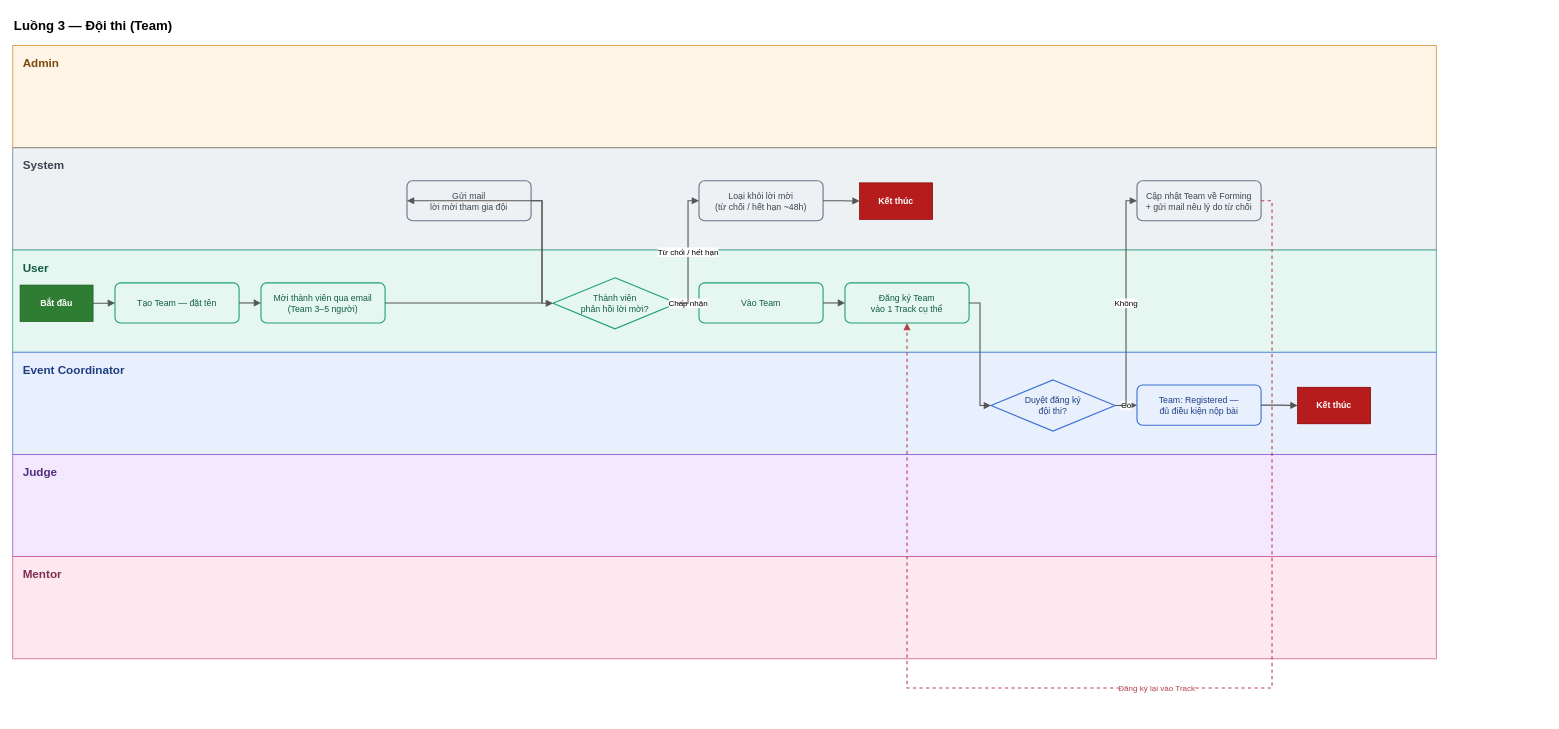
Above: docs/swimlane/SEAL_flow3_team.drawio in SU26-SWP-BL3W/SU26_SWP_BL3W_BE (draw.io), before the change. Source tidied: cells renumbered, new cells numbered last; positions are measured from the earlier drawing's top-left corner, leaving out a move shared by most shapes. Both pictures are drawn from the tidied source at 73%, with x=0, y=0 at pixel (12, 12).
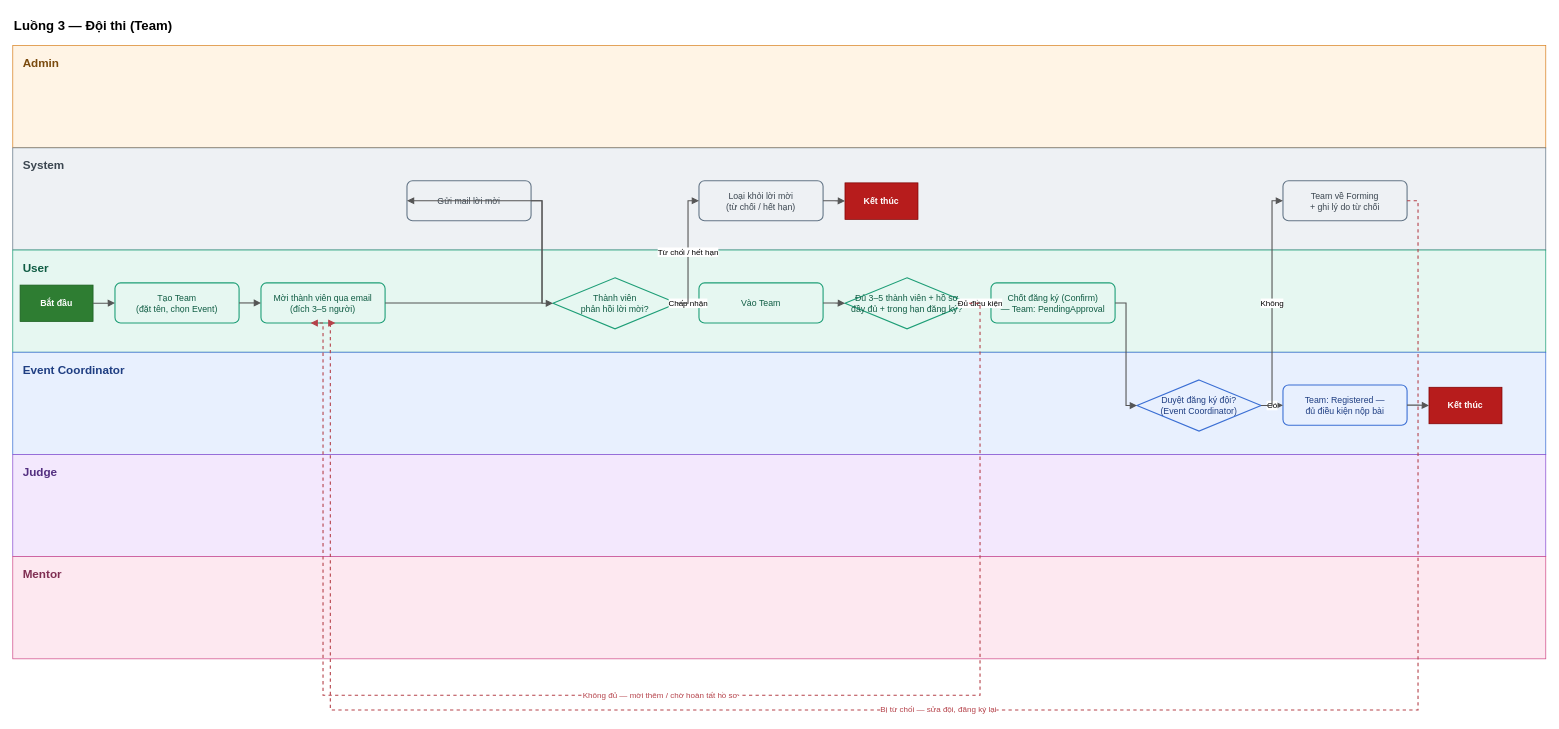
Above is the later version.

Commit message:
fix(flow3): sua sai nghiep vu - Team dang ky vao Event chu khong phai Track

Team.EventId ton tai, KHONG co TrackId - xac nhan qua CreateTeamRequestModel.cs.
Track chi gan luc nop bai (SubmitResult.TrackId), khong phai luc dang ky doi.
Bo sung buoc "Chot dang ky (Confirm)" con thieu (ConfirmTeamRegistrationCommandHandler:
yeu cau du 3-5 thanh vien + ho so day du + trong han dang ky, truoc khi cho EC duyet).

Diff of the diagram source:
```diff
@@
     <mxCell id="3" value="Admin" style="rounded=0;whiteSpace=wrap;html=1;fillColor=#FFF4E5;strokeColor=#D98324;fontColor=#7A4A0E;fontSize=16;fontStyle=1;align=left;verticalAlign=top;spacingLeft=12;spacingTop=8;" parent="1" vertex="1">
-      <mxGeometry y="45" width="1950" height="140" as="geometry" />
+      <mxGeometry y="45" width="2100" height="140" as="geometry" />
     </mxCell>
     <mxCell id="4" value="System" style="rounded=0;whiteSpace=wrap;html=1;fillColor=#EEF1F4;strokeColor=#647687;fontColor=#3B4650;fontSize=16;fontStyle=1;align=left;verticalAlign=top;spacingLeft=12;spacingTop=8;" parent="1" vertex="1">
-      <mxGeometry y="185" width="1950" height="140" as="geometry" />
+      <mxGeometry y="185" width="2100" height="140" as="geometry" />
     </mxCell>
     <mxCell id="5" value="User" style="rounded=0;whiteSpace=wrap;html=1;fillColor=#E6F7F1;strokeColor=#1E9E77;fontColor=#0F5C43;fontSize=16;fontStyle=1;align=left;verticalAlign=top;spacingLeft=12;spacingTop=8;" parent="1" vertex="1">
-      <mxGeometry y="325" width="1950" height="140" as="geometry" />
+      <mxGeometry y="325" width="2100" height="140" as="geometry" />
     </mxCell>
     <mxCell id="6" value="Event Coordinator" style="rounded=0;whiteSpace=wrap;html=1;fillColor=#E8F0FE;strokeColor=#3B6FD4;fontColor=#1F3E82;fontSize=16;fontStyle=1;align=left;verticalAlign=top;spacingLeft=12;spacingTop=8;" parent="1" vertex="1">
-      <mxGeometry y="465" width="1950" height="140" as="geometry" />
+      <mxGeometry y="465" width="2100" height="140" as="geometry" />
     </mxCell>
     <mxCell id="7" value="Judge" style="rounded=0;whiteSpace=wrap;html=1;fillColor=#F3E8FD;strokeColor=#8B4FD1;fontColor=#532F80;fontSize=16;fontStyle=1;align=left;verticalAlign=top;spacingLeft=12;spacingTop=8;" parent="1" vertex="1">
-      <mxGeometry y="605" width="1950" height="140" as="geometry" />
+      <mxGeometry y="605" width="2100" height="140" as="geometry" />
     </mxCell>
     <mxCell id="8" value="Mentor" style="rounded=0;whiteSpace=wrap;html=1;fillColor=#FDE8F0;strokeColor=#D14F8B;fontColor=#802F53;fontSize=16;fontStyle=1;align=left;verticalAlign=top;spacingLeft=12;spacingTop=8;" parent="1" vertex="1">
-      <mxGeometry y="745" width="1950" height="140" as="geometry" />
+      <mxGeometry y="745" width="2100" height="140" as="geometry" />
     </mxCell>
@@
-    <mxCell id="10" value="Tạo Team — đặt tên" style="rounded=1;whiteSpace=wrap;html=1;arcSize=14;fontSize=12;strokeWidth=1.5;fillColor=#E6F7F1;strokeColor=#1E9E77;fontColor=#0F5C43;" parent="1" vertex="1">
+    <mxCell id="10" value="Tạo Team&#10;(đặt tên, chọn Event)" style="rounded=1;whiteSpace=wrap;html=1;arcSize=14;fontSize=12;strokeWidth=1.5;fillColor=#E6F7F1;strokeColor=#1E9E77;fontColor=#0F5C43;" parent="1" vertex="1">
       <mxGeometry x="140" y="370" width="170" height="55" as="geometry" />
     </mxCell>
-    <mxCell id="11" value="Mời thành viên qua email&#10;(Team 3–5 người)" style="rounded=1;whiteSpace=wrap;html=1;arcSize=14;fontSize=12;strokeWidth=1.5;fillColor=#E6F7F1;strokeColor=#1E9E77;fontColor=#0F5C43;" parent="1" vertex="1">
+    <mxCell id="11" value="Mời thành viên qua email&#10;(đích 3–5 người)" style="rounded=1;whiteSpace=wrap;html=1;arcSize=14;fontSize=12;strokeWidth=1.5;fillColor=#E6F7F1;strokeColor=#1E9E77;fontColor=#0F5C43;" parent="1" vertex="1">
       <mxGeometry x="340" y="370" width="170" height="55" as="geometry" />
     </mxCell>
-    <mxCell id="12" value="Gửi mail&#10;lời mời tham gia đội" style="rounded=1;whiteSpace=wrap;html=1;arcSize=14;fontSize=12;strokeWidth=1.5;fillColor=#EEF1F4;strokeColor=#647687;fontColor=#3B4650;" parent="1" vertex="1">
+    <mxCell id="12" value="Gửi mail lời mời" style="rounded=1;whiteSpace=wrap;html=1;arcSize=14;fontSize=12;strokeWidth=1.5;fillColor=#EEF1F4;strokeColor=#647687;fontColor=#3B4650;" parent="1" vertex="1">
       <mxGeometry x="540" y="230" width="170" height="55" as="geometry" />
     </mxCell>
@@
-    <mxCell id="15" value="Loại khỏi lời mời&#10;(từ chối / hết hạn ~48h)" style="rounded=1;whiteSpace=wrap;html=1;arcSize=14;fontSize=12;strokeWidth=1.5;fillColor=#EEF1F4;strokeColor=#647687;fontColor=#3B4650;" parent="1" vertex="1">
+    <mxCell id="15" value="Loại khỏi lời mời&#10;(từ chối / hết hạn)" style="rounded=1;whiteSpace=wrap;html=1;arcSize=14;fontSize=12;strokeWidth=1.5;fillColor=#EEF1F4;strokeColor=#647687;fontColor=#3B4650;" parent="1" vertex="1">
       <mxGeometry x="940" y="230" width="170" height="55" as="geometry" />
     </mxCell>
+    <mxCell id="20" value="Kết thúc" style="terminator;whiteSpace=wrap;html=1;fontSize=12;fontStyle=1;fillColor=#B71C1C;strokeColor=#7F0000;fontColor=#ffffff;" parent="1" vertex="1">
+      <mxGeometry x="1140" y="233" width="100" height="50" as="geometry" />
+    </mxCell>
-    <mxCell id="16" value="Đăng ký Team&#10;vào 1 Track cụ thể" style="rounded=1;whiteSpace=wrap;html=1;arcSize=14;fontSize=12;strokeWidth=1.5;fillColor=#E6F7F1;strokeColor=#1E9E77;fontColor=#0F5C43;" parent="1" vertex="1">
-      <mxGeometry x="1140" y="370" width="170" height="55" as="geometry" />
+    <mxCell id="16" value="Đủ 3–5 thành viên + hồ sơ&#10;đầy đủ + trong hạn đăng ký?" style="rhombus;whiteSpace=wrap;html=1;fontSize=12;strokeWidth=1.5;fillColor=#E6F7F1;strokeColor=#1E9E77;fontColor=#0F5C43;" parent="1" vertex="1">
+      <mxGeometry x="1140" y="363" width="170" height="70" as="geometry" />
     </mxCell>
-    <mxCell id="17" value="Duyệt đăng ký&#10;đội thi?" style="rhombus;whiteSpace=wrap;html=1;fontSize=12;strokeWidth=1.5;fillColor=#E8F0FE;strokeColor=#3B6FD4;fontColor=#1F3E82;" parent="1" vertex="1">
-      <mxGeometry x="1340" y="503" width="170" height="70" as="geometry" />
+    <mxCell id="17" value="Chốt đăng ký (Confirm)&#10;— Team: PendingApproval" style="rounded=1;whiteSpace=wrap;html=1;arcSize=14;fontSize=12;strokeWidth=1.5;fillColor=#E6F7F1;strokeColor=#1E9E77;fontColor=#0F5C43;" parent="1" vertex="1">
+      <mxGeometry x="1340" y="370" width="170" height="55" as="geometry" />
     </mxCell>
+    <mxCell id="35" value="Duyệt đăng ký đội?&#10;(Event Coordinator)" style="rhombus;whiteSpace=wrap;html=1;fontSize=12;strokeWidth=1.5;fillColor=#E8F0FE;strokeColor=#3B6FD4;fontColor=#1F3E82;" parent="1" vertex="1">
+      <mxGeometry x="1540" y="503" width="170" height="70" as="geometry" />
+    </mxCell>
     <mxCell id="18" value="Team: Registered —&#10;đủ điều kiện nộp bài" style="rounded=1;whiteSpace=wrap;html=1;arcSize=14;fontSize=12;strokeWidth=1.5;fillColor=#E8F0FE;strokeColor=#3B6FD4;fontColor=#1F3E82;" parent="1" vertex="1">
-      <mxGeometry x="1540" y="510" width="170" height="55" as="geometry" />
+      <mxGeometry x="1740" y="510" width="170" height="55" as="geometry" />
     </mxCell>
-    <mxCell id="19" value="Cập nhật Team về Forming&#10;+ gửi mail nêu lý do từ chối" style="rounded=1;whiteSpace=wrap;html=1;arcSize=14;fontSize=12;strokeWidth=1.5;fillColor=#EEF1F4;strokeColor=#647687;fontColor=#3B4650;" parent="1" vertex="1">
-      <mxGeometry x="1540" y="230" width="170" height="55" as="geometry" />
-    </mxCell>
-    <mxCell id="20" value="Kết thúc" style="terminator;whiteSpace=wrap;html=1;fontSize=12;fontStyle=1;fillColor=#B71C1C;strokeColor=#7F0000;fontColor=#ffffff;" parent="1" vertex="1">
-      <mxGeometry x="1160" y="233" width="100" height="50" as="geometry" />
-    </mxCell>
+    <mxCell id="36" value="Team về Forming&#10;+ ghi lý do từ chối" style="rounded=1;whiteSpace=wrap;html=1;arcSize=14;fontSize=12;strokeWidth=1.5;fillColor=#EEF1F4;strokeColor=#647687;fontColor=#3B4650;" parent="1" vertex="1">
+      <mxGeometry x="1740" y="230" width="170" height="55" as="geometry" />
+    </mxCell>
     <mxCell id="21" value="Kết thúc" style="terminator;whiteSpace=wrap;html=1;fontSize=12;fontStyle=1;fillColor=#B71C1C;strokeColor=#7F0000;fontColor=#ffffff;" parent="1" vertex="1">
-      <mxGeometry x="1760" y="513" width="100" height="50" as="geometry" />
+      <mxGeometry x="1940" y="513" width="100" height="50" as="geometry" />
     </mxCell>
@@
-    <mxCell id="23" style="edgeStyle=orthogonalEdgeStyle;rounded=0;html=1;exitX=1;exitY=0.5;entryX=0;entryY=0.5;strokeColor=#555555;strokeWidth=1.5;endArrow=block;endFill=1;" parent="1" edge="1" source="15" target="20">
-      <mxGeometry relative="1" as="geometry" />
-    </mxCell>
-    <mxCell id="24" style="edgeStyle=orthogonalEdgeStyle;rounded=0;html=1;exitX=1;exitY=0.5;entryX=0;entryY=0.5;strokeColor=#555555;strokeWidth=1.5;endArrow=block;endFill=1;" parent="1" edge="1" source="18" target="21">
-      <mxGeometry relative="1" as="geometry" />
-    </mxCell>
@@
+    <mxCell id="23" style="edgeStyle=orthogonalEdgeStyle;rounded=0;html=1;exitX=1;exitY=0.5;entryX=0;entryY=0.5;strokeColor=#555555;strokeWidth=1.5;endArrow=block;endFill=1;" parent="1" edge="1" source="15" target="20">
+      <mxGeometry relative="1" as="geometry" />
+    </mxCell>
@@
-    <mxCell id="31" style="edgeStyle=orthogonalEdgeStyle;rounded=0;html=1;exitX=1;exitY=0.5;entryX=0;entryY=0.5;strokeColor=#555555;strokeWidth=1.5;endArrow=block;endFill=1;" parent="1" edge="1" source="16" target="17">
-      <mxGeometry relative="1" as="geometry">
-        <Array as="points">
-          <mxPoint x="1325" y="397" />
-          <mxPoint x="1325" y="538" />
-        </Array>
-      </mxGeometry>
+    <mxCell id="31" value="Đủ điều kiện" style="edgeStyle=orthogonalEdgeStyle;rounded=0;html=1;exitX=1;exitY=0.5;entryX=0;entryY=0.5;strokeColor=#555555;strokeWidth=1.5;endArrow=block;endFill=1;labelBackgroundColor=#ffffff;fontSize=11;" parent="1" edge="1" source="16" target="17">
+      <mxGeometry relative="1" as="geometry" />
     </mxCell>
-    <mxCell id="32" value="Có" style="edgeStyle=orthogonalEdgeStyle;rounded=0;html=1;exitX=1;exitY=0.5;entryX=0;entryY=0.5;strokeColor=#555555;strokeWidth=1.5;endArrow=block;endFill=1;labelBackgroundColor=#ffffff;fontSize=11;" parent="1" edge="1" source="17" target="18">
-      <mxGeometry relative="1" as="geometry" />
+    <mxCell id="32" style="edgeStyle=orthogonalEdgeStyle;rounded=0;html=1;exitX=1;exitY=0.5;entryX=0;entryY=0.5;strokeColor=#555555;strokeWidth=1.5;endArrow=block;endFill=1;" parent="1" edge="1" source="17" target="35">
+      <mxGeometry relative="1" as="geometry">
+        <Array as="points">
+          <mxPoint x="1525" y="397" />
+          <mxPoint x="1525" y="538" />
+        </Array>
+      </mxGeometry>
     </mxCell>
-    <mxCell id="33" value="Không" style="edgeStyle=orthogonalEdgeStyle;rounded=0;html=1;exitX=1;exitY=0.5;entryX=0;entryY=0.5;strokeColor=#555555;strokeWidth=1.5;endArrow=block;endFill=1;labelBackgroundColor=#ffffff;fontSize=11;" parent="1" edge="1" source="17" target="19">
-      <mxGeometry relative="1" as="geometry">
-        <Array as="points">
-          <mxPoint x="1525" y="538" />
-          <mxPoint x="1525" y="257" />
-        </Array>
-      </mxGeometry>
+    <mxCell id="33" value="Có" style="edgeStyle=orthogonalEdgeStyle;rounded=0;html=1;exitX=1;exitY=0.5;entryX=0;entryY=0.5;strokeColor=#555555;strokeWidth=1.5;endArrow=block;endFill=1;labelBackgroundColor=#ffffff;fontSize=11;" parent="1" edge="1" source="35" target="18">
+      <mxGeometry relative="1" as="geometry" />
     </mxCell>
-    <mxCell id="34" value="Đăng ký lại vào Track" style="edgeStyle=orthogonalEdgeStyle;rounded=0;html=1;exitX=1;exitY=0.5;entryX=0.5;entryY=1;strokeColor=#B5424A;strokeWidth=1.5;dashed=1;endArrow=block;endFill=1;labelBackgroundColor=#ffffff;fontSize=11;fontColor=#B5424A;" parent="1" edge="1" source="19" target="16">
-      <mxGeometry relative="1" as="geometry">
-        <Array as="points">
-          <mxPoint x="1725" y="257" />
-          <mxPoint x="1725" y="925" />
-          <mxPoint x="1225" y="925" />
-        </Array>
-      </mxGeometry>
-    </mxCell>
+    <mxCell id="37" value="Không" style="edgeStyle=orthogonalEdgeStyle;rounded=0;html=1;exitX=1;exitY=0.5;entryX=0;entryY=0.5;strokeColor=#555555;strokeWidth=1.5;endArrow=block;endFill=1;labelBackgroundColor=#ffffff;fontSize=11;" parent="1" edge="1" source="35" target="36">
+      <mxGeometry relative="1" as="geometry">
+        <Array as="points">
+          <mxPoint x="1725" y="538" />
+          <mxPoint x="1725" y="257" />
+        </Array>
+      </mxGeometry>
+    </mxCell>
+    <mxCell id="24" style="edgeStyle=orthogonalEdgeStyle;rounded=0;html=1;exitX=1;exitY=0.5;entryX=0;entryY=0.5;strokeColor=#555555;strokeWidth=1.5;endArrow=block;endFill=1;" parent="1" edge="1" source="18" target="21">
+      <mxGeometry relative="1" as="geometry" />
+    </mxCell>
+    <mxCell id="38" value="Không đủ — mời thêm / chờ hoàn tất hồ sơ" style="edgeStyle=orthogonalEdgeStyle;rounded=0;html=1;exitX=1;exitY=0.5;entryX=0.4;entryY=1;strokeColor=#B5424A;strokeWidth=1.5;dashed=1;endArrow=block;endFill=1;labelBackgroundColor=#ffffff;fontSize=11;fontColor=#B5424A;" parent="1" edge="1" source="16" target="11">
+      <mxGeometry relative="1" as="geometry">
+        <Array as="points">
+          <mxPoint x="1325" y="398" />
+          <mxPoint x="1325" y="935" />
+          <mxPoint x="425" y="935" />
+        </Array>
+      </mxGeometry>
+    </mxCell>
+    <mxCell id="39" value="Bị từ chối — sửa đội, đăng ký lại" style="edgeStyle=orthogonalEdgeStyle;rounded=0;html=1;exitX=1;exitY=0.5;entryX=0.6;entryY=1;strokeColor=#B5424A;strokeWidth=1.5;dashed=1;endArrow=block;endFill=1;labelBackgroundColor=#ffffff;fontSize=11;fontColor=#B5424A;" parent="1" edge="1" source="36" target="11">
+      <mxGeometry relative="1" as="geometry">
+        <Array as="points">
+          <mxPoint x="1925" y="257" />
+          <mxPoint x="1925" y="955" />
+          <mxPoint x="435" y="955" />
+        </Array>
+      </mxGeometry>
+    </mxCell>
```
